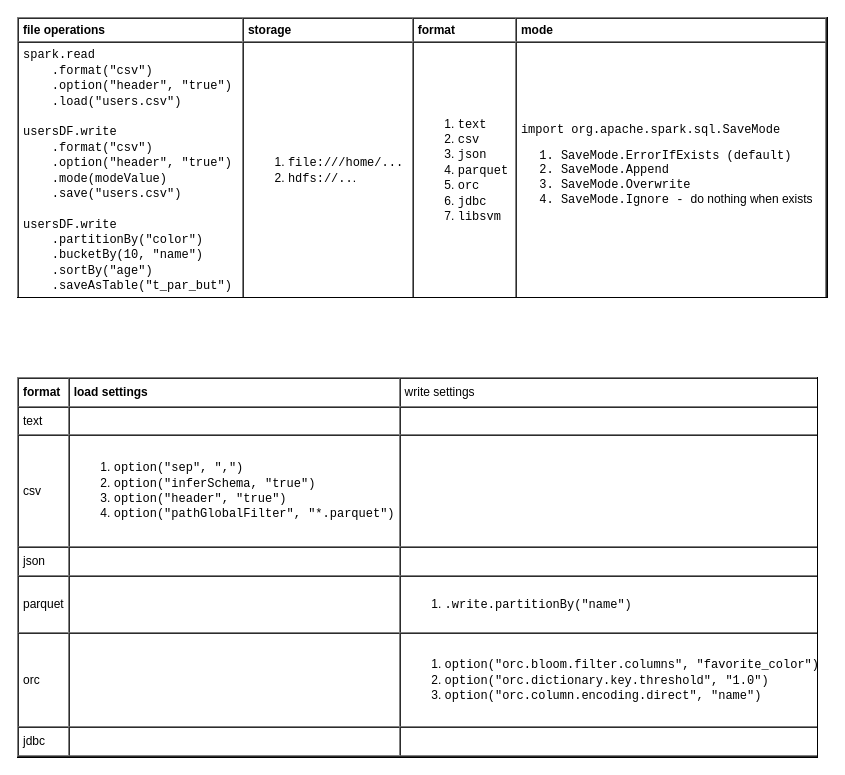
Earlier version of the draw.io diagram page "source-file" (3 of 4) of languages/scala/spark.drawio (yangdj/tf_docs). Source tidied: cells renumbered, new cells numbered last; positions are measured from the earlier drawing's top-left corner, leaving out a move shared by most shapes. Both pictures are drawn from the tidied source at 100%, with x=0, y=0 at pixel (17, 17).
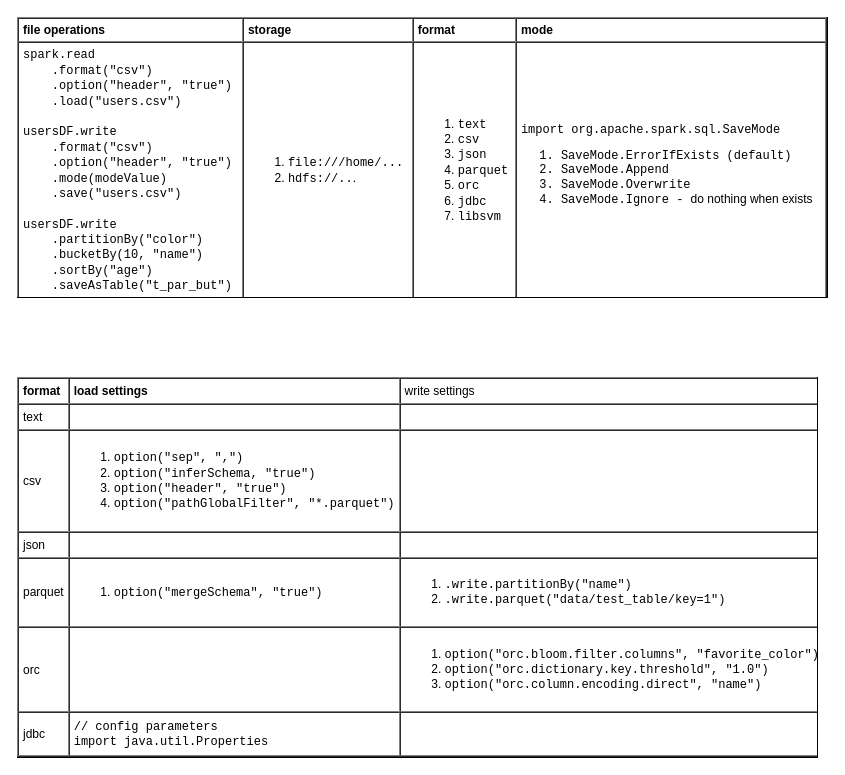
The same diagram, later.

Diff of the diagram source:
```diff
@@
 <mxGraphModel>
   <root>
     <mxCell id="0" />
     <mxCell id="1" parent="0" />
-    <mxCell id="2" value="&lt;table cellpadding=&quot;4&quot; cellspacing=&quot;0&quot; border=&quot;1&quot; style=&quot;font-size: 1em ; width: 100% ; height: 100%&quot;&gt;&lt;tbody&gt;&lt;tr&gt;&lt;th&gt;format&lt;/th&gt;&lt;th&gt;load settings&lt;/th&gt;&lt;td&gt;write settings&lt;/td&gt;&lt;/tr&gt;&lt;tr&gt;&lt;td&gt;text&lt;/td&gt;&lt;td&gt;&lt;br&gt;&lt;/td&gt;&lt;td&gt;&lt;br&gt;&lt;/td&gt;&lt;/tr&gt;&lt;tr&gt;&lt;td&gt;csv&lt;/td&gt;&lt;td&gt;&lt;ol&gt;&lt;li&gt;&lt;font face=&quot;Courier New&quot;&gt;option(&quot;sep&quot;, &quot;,&quot;)&lt;/font&gt;&lt;/li&gt;&lt;li&gt;&lt;font face=&quot;Courier New&quot;&gt;option(&quot;inferSchema, &quot;true&quot;)&lt;/font&gt;&lt;/li&gt;&lt;li&gt;&lt;font face=&quot;Courier New&quot;&gt;option(&quot;header&quot;, &quot;true&quot;)&lt;/font&gt;&lt;/li&gt;&lt;li&gt;&lt;font face=&quot;Courier New&quot;&gt;option(&quot;pathGlobalFilter&quot;, &quot;*.parquet&quot;)&lt;/font&gt;&lt;/li&gt;&lt;/ol&gt;&lt;/td&gt;&lt;td&gt;&lt;br&gt;&lt;/td&gt;&lt;/tr&gt;&lt;tr&gt;&lt;td&gt;json&lt;/td&gt;&lt;td&gt;&lt;/td&gt;&lt;td&gt;&lt;br&gt;&lt;/td&gt;&lt;/tr&gt;&lt;tr&gt;&lt;td&gt;parquet&lt;/td&gt;&lt;td&gt;&lt;br&gt;&lt;/td&gt;&lt;td&gt;&lt;ol&gt;&lt;li&gt;&lt;font face=&quot;Courier New&quot;&gt;.write.partitionBy(&quot;name&quot;)&lt;/font&gt;&lt;/li&gt;&lt;/ol&gt;&lt;/td&gt;&lt;/tr&gt;&lt;tr&gt;&lt;td&gt;orc&lt;/td&gt;&lt;td&gt;&lt;br&gt;&lt;/td&gt;&lt;td&gt;&lt;ol&gt;&lt;li&gt;&lt;font face=&quot;Courier New&quot;&gt;option(&quot;orc.bloom.filter.columns&quot;, &quot;favorite_color&quot;)&lt;/font&gt;&lt;/li&gt;&lt;li&gt;&lt;font face=&quot;Courier New&quot;&gt;option(&quot;orc.dictionary.key.threshold&quot;, &quot;1.0&quot;)&lt;/font&gt;&lt;/li&gt;&lt;li&gt;&lt;font face=&quot;Courier New&quot;&gt;option(&quot;orc.column.encoding.direct&quot;, &quot;name&quot;)&lt;/font&gt;&lt;/li&gt;&lt;/ol&gt;&lt;/td&gt;&lt;/tr&gt;&lt;tr&gt;&lt;td&gt;jdbc&lt;/td&gt;&lt;td&gt;&lt;br&gt;&lt;/td&gt;&lt;td&gt;&lt;br&gt;&lt;/td&gt;&lt;/tr&gt;&lt;/tbody&gt;&lt;/table&gt; " style="verticalAlign=top;align=left;overflow=fill;fontSize=12;fontFamily=Helvetica;html=1;" parent="1" vertex="1">
+    <mxCell id="2" value="&lt;table cellpadding=&quot;4&quot; cellspacing=&quot;0&quot; border=&quot;1&quot; style=&quot;font-size: 1em ; width: 100% ; height: 100%&quot;&gt;&lt;tbody&gt;&lt;tr&gt;&lt;th&gt;format&lt;/th&gt;&lt;th&gt;load settings&lt;/th&gt;&lt;td&gt;write settings&lt;/td&gt;&lt;/tr&gt;&lt;tr&gt;&lt;td&gt;text&lt;/td&gt;&lt;td&gt;&lt;br&gt;&lt;/td&gt;&lt;td&gt;&lt;br&gt;&lt;/td&gt;&lt;/tr&gt;&lt;tr&gt;&lt;td&gt;csv&lt;/td&gt;&lt;td&gt;&lt;ol&gt;&lt;li&gt;&lt;font face=&quot;Courier New&quot;&gt;option(&quot;sep&quot;, &quot;,&quot;)&lt;/font&gt;&lt;/li&gt;&lt;li&gt;&lt;font face=&quot;Courier New&quot;&gt;option(&quot;inferSchema, &quot;true&quot;)&lt;/font&gt;&lt;/li&gt;&lt;li&gt;&lt;font face=&quot;Courier New&quot;&gt;option(&quot;header&quot;, &quot;true&quot;)&lt;/font&gt;&lt;/li&gt;&lt;li&gt;&lt;font face=&quot;Courier New&quot;&gt;option(&quot;pathGlobalFilter&quot;, &quot;*.parquet&quot;)&lt;/font&gt;&lt;/li&gt;&lt;/ol&gt;&lt;/td&gt;&lt;td&gt;&lt;br&gt;&lt;/td&gt;&lt;/tr&gt;&lt;tr&gt;&lt;td&gt;json&lt;/td&gt;&lt;td&gt;&lt;/td&gt;&lt;td&gt;&lt;br&gt;&lt;/td&gt;&lt;/tr&gt;&lt;tr&gt;&lt;td&gt;parquet&lt;/td&gt;&lt;td&gt;&lt;ol&gt;&lt;li&gt;&lt;font face=&quot;Courier New&quot;&gt;option(&quot;mergeSchema&quot;, &quot;true&quot;)&lt;/font&gt;&lt;/li&gt;&lt;/ol&gt;&lt;/td&gt;&lt;td&gt;&lt;ol&gt;&lt;li&gt;&lt;font face=&quot;Courier New&quot;&gt;.write.partitionBy(&quot;name&quot;)&lt;/font&gt;&lt;/li&gt;&lt;li&gt;&lt;font face=&quot;Courier New&quot;&gt;.write.parquet(&quot;data/test_table/key=1&quot;)&lt;/font&gt;&lt;/li&gt;&lt;/ol&gt;&lt;/td&gt;&lt;/tr&gt;&lt;tr&gt;&lt;td&gt;orc&lt;/td&gt;&lt;td&gt;&lt;br&gt;&lt;/td&gt;&lt;td&gt;&lt;ol&gt;&lt;li&gt;&lt;font face=&quot;Courier New&quot;&gt;option(&quot;orc.bloom.filter.columns&quot;, &quot;favorite_color&quot;)&lt;/font&gt;&lt;/li&gt;&lt;li&gt;&lt;font face=&quot;Courier New&quot;&gt;option(&quot;orc.dictionary.key.threshold&quot;, &quot;1.0&quot;)&lt;/font&gt;&lt;/li&gt;&lt;li&gt;&lt;font face=&quot;Courier New&quot;&gt;option(&quot;orc.column.encoding.direct&quot;, &quot;name&quot;)&lt;/font&gt;&lt;/li&gt;&lt;/ol&gt;&lt;/td&gt;&lt;/tr&gt;&lt;tr&gt;&lt;td&gt;jdbc&lt;/td&gt;&lt;td&gt;&lt;font face=&quot;Courier New&quot;&gt;// config parameters&lt;br&gt;import java.util.Properties&lt;/font&gt;&lt;/td&gt;&lt;td&gt;&lt;br&gt;&lt;/td&gt;&lt;/tr&gt;&lt;/tbody&gt;&lt;/table&gt; " style="verticalAlign=top;align=left;overflow=fill;fontSize=12;fontFamily=Helvetica;html=1;" parent="1" vertex="1">
       <mxGeometry y="360" width="800" height="380" as="geometry" />
     </mxCell>
     <mxCell id="3" value="&lt;table cellpadding=&quot;4&quot; cellspacing=&quot;0&quot; border=&quot;1&quot; style=&quot;font-size: 1em ; width: 100% ; height: 100%&quot;&gt;&lt;tbody&gt;&lt;tr&gt;&lt;th&gt;file operations&lt;/th&gt;&lt;td&gt;&lt;b&gt;storage&lt;/b&gt;&lt;/td&gt;&lt;th&gt;format&lt;/th&gt;&lt;td&gt;&lt;b&gt;mode&lt;/b&gt;&lt;/td&gt;&lt;/tr&gt;&lt;tr&gt;&lt;td&gt;&lt;font face=&quot;Courier New&quot;&gt;spark.read&lt;br&gt;&amp;nbsp; &amp;nbsp; .format(&quot;csv&quot;)&lt;br&gt;&amp;nbsp; &amp;nbsp; .option(&quot;header&quot;, &quot;true&quot;)&lt;br&gt;&amp;nbsp; &amp;nbsp; .load(&quot;users.csv&quot;)&lt;br&gt;&lt;br&gt;usersDF.write&lt;br&gt;&amp;nbsp; &amp;nbsp; .format(&quot;csv&quot;)&lt;br&gt;&amp;nbsp; &amp;nbsp; .option(&quot;header&quot;, &quot;true&quot;)&lt;br&gt;&amp;nbsp; &amp;nbsp; .mode(modeValue)&lt;br&gt;&amp;nbsp; &amp;nbsp; .save(&quot;users.csv&quot;)&lt;br&gt;&lt;br&gt;usersDF.write&lt;br&gt;&amp;nbsp; &amp;nbsp; .partitionBy(&quot;color&quot;)&lt;br&gt;&amp;nbsp; &amp;nbsp; .bucketBy(10, &quot;name&quot;)&lt;br&gt;&amp;nbsp; &amp;nbsp; .sortBy(&quot;age&quot;)&lt;br&gt;&amp;nbsp; &amp;nbsp; .saveAsTable(&quot;t_par_but&quot;)&lt;/font&gt;&lt;/td&gt;&lt;td&gt;&lt;ol&gt;&lt;li&gt;&lt;font face=&quot;Courier New&quot;&gt;file:///home/...&lt;/font&gt;&lt;/li&gt;&lt;li&gt;&lt;font face=&quot;Courier New&quot;&gt;hdfs://..&lt;/font&gt;.&lt;/li&gt;&lt;/ol&gt;&lt;/td&gt;&lt;td&gt;&lt;ol&gt;&lt;li&gt;&lt;font face=&quot;Courier New&quot;&gt;text&lt;/font&gt;&lt;/li&gt;&lt;li&gt;&lt;font face=&quot;Courier New&quot;&gt;csv&lt;/font&gt;&lt;/li&gt;&lt;li&gt;&lt;font face=&quot;Courier New&quot;&gt;json&lt;/font&gt;&lt;/li&gt;&lt;li&gt;&lt;font face=&quot;Courier New&quot;&gt;parquet&lt;/font&gt;&lt;/li&gt;&lt;li&gt;&lt;font face=&quot;Courier New&quot;&gt;orc&lt;/font&gt;&lt;/li&gt;&lt;li&gt;&lt;font face=&quot;Courier New&quot;&gt;jdbc&lt;/font&gt;&lt;/li&gt;&lt;li&gt;&lt;font face=&quot;Courier New&quot;&gt;libsvm&lt;/font&gt;&lt;/li&gt;&lt;/ol&gt;&lt;/td&gt;&lt;td&gt;&lt;font face=&quot;Courier New&quot;&gt;import org.apache.spark.sql.SaveMode&lt;/font&gt;&lt;br&gt;&lt;ol&gt;&lt;li style=&quot;font-family: &amp;#34;courier new&amp;#34;&quot;&gt;SaveMode.ErrorIfExists (default)&lt;/li&gt;&lt;li style=&quot;font-family: &amp;#34;courier new&amp;#34;&quot;&gt;SaveMode.Append&lt;/li&gt;&lt;li style=&quot;font-family: &amp;#34;courier new&amp;#34;&quot;&gt;SaveMode.Overwrite&lt;/li&gt;&lt;li style=&quot;font-family: &amp;#34;courier new&amp;#34;&quot;&gt;&lt;font face=&quot;Courier New&quot; style=&quot;font-size: 1em&quot;&gt;SaveMode.Ignore - &lt;/font&gt;&lt;span style=&quot;font-size: 1em ; font-family: &amp;#34;helvetica&amp;#34;&quot;&gt;do nothing when exists&lt;/span&gt;&lt;/li&gt;&lt;/ol&gt;&lt;/td&gt;&lt;/tr&gt;&lt;/tbody&gt;&lt;/table&gt; " style="verticalAlign=top;align=left;overflow=fill;fontSize=12;fontFamily=Helvetica;html=1;" parent="1" vertex="1">
       <mxGeometry width="810" height="280" as="geometry" />
     </mxCell>
   </root>
 </mxGraphModel>
```
